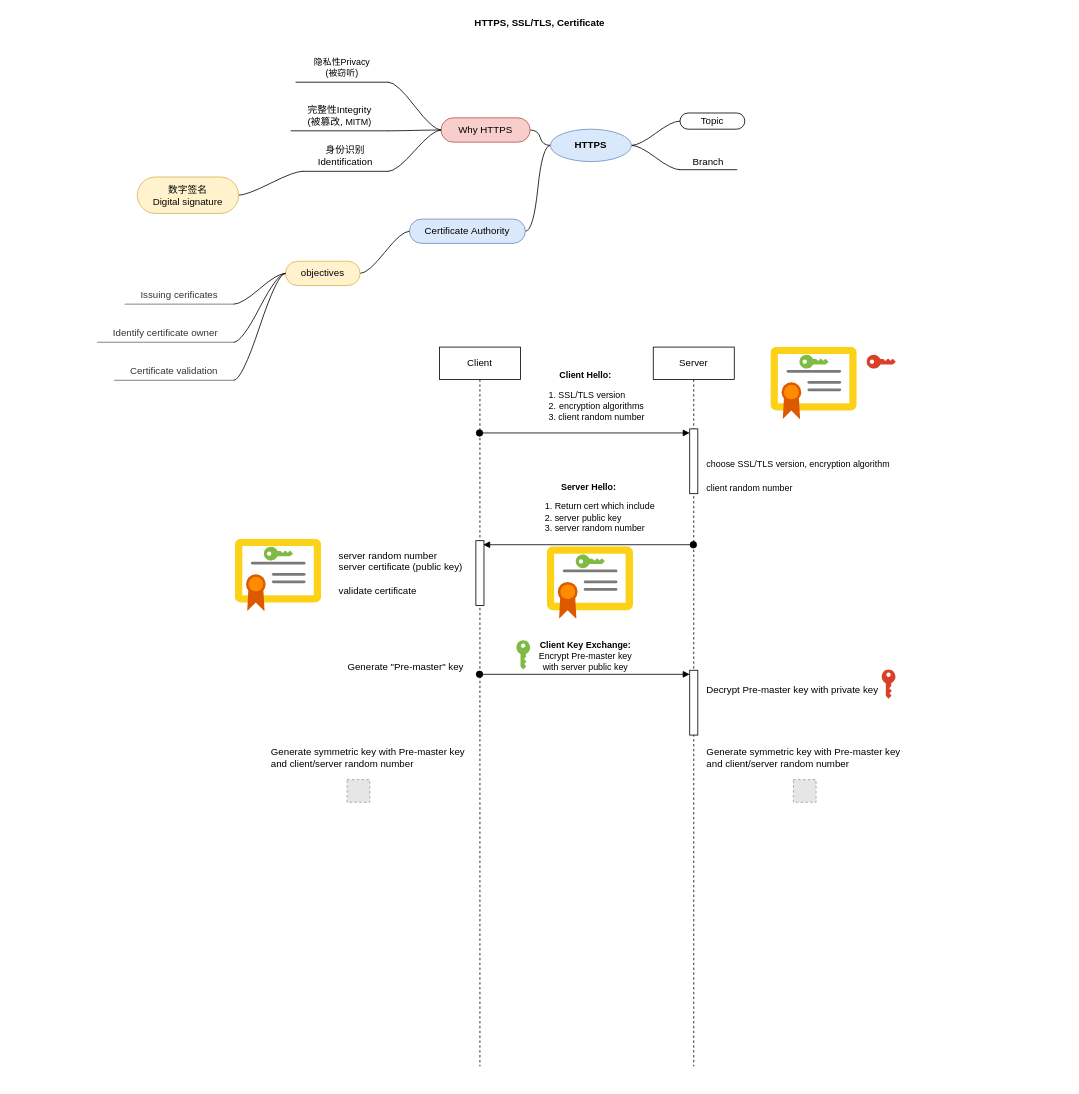
Above: https.drawio in lijunqi/drawio (draw.io), before the change. Source tidied: cells renumbered, new cells numbered last; positions are measured from the earlier drawing's top-left corner, leaving out a move shared by most shapes. Both pictures are drawn from the tidied source at 81%, with x=0, y=0 at pixel (14, 14). Pictures stored in the file or linked from it are replaced by grey dashed boxes.
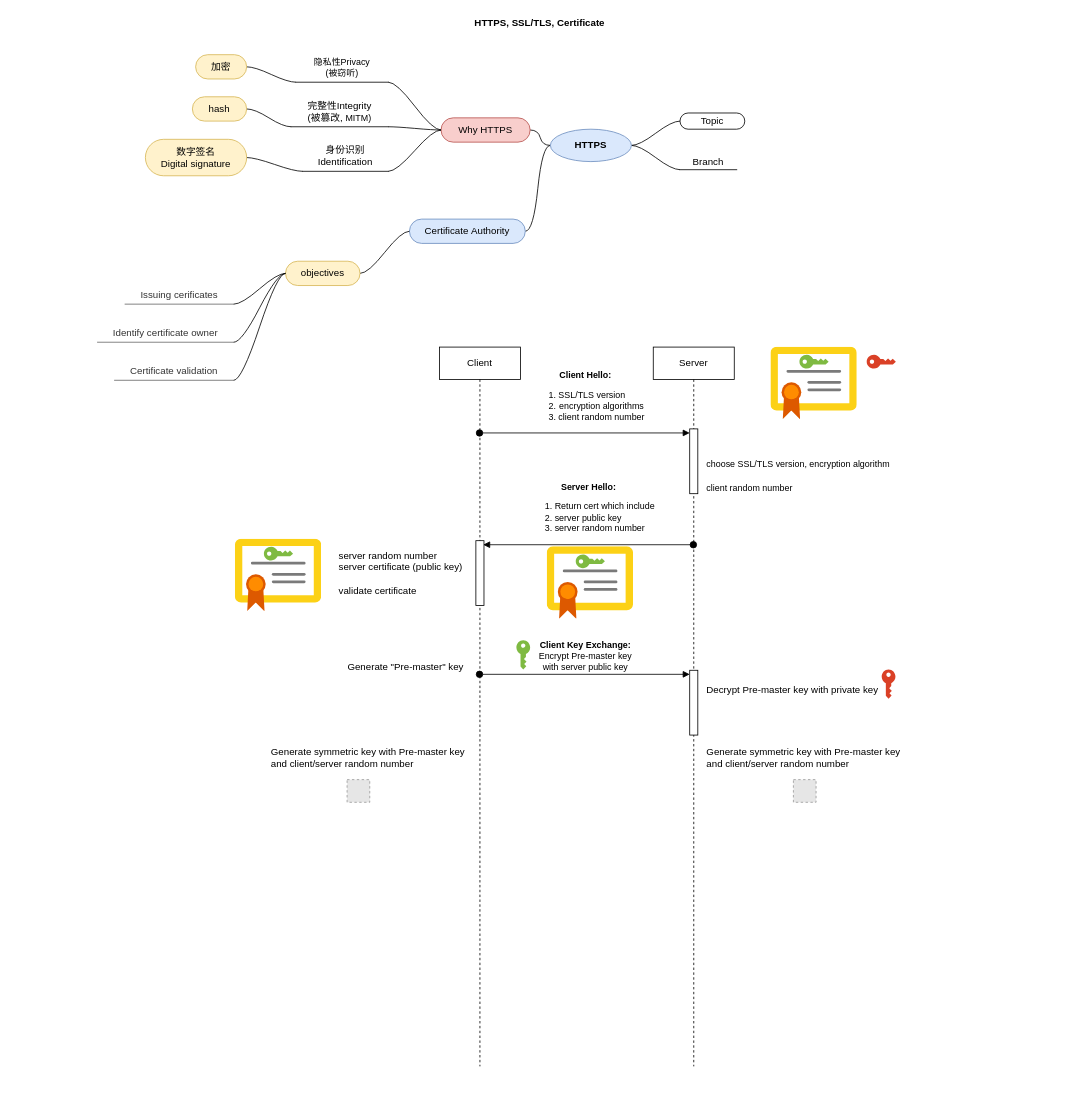
The same diagram, later.

Unchanged cells that the change refers to:
```xml
<mxCell id="2" value="HTTPS, SSL/TLS, Certificate" style="swimlane;startSize=20;horizontal=1;containerType=tree;strokeColor=none;" parent="1" vertex="1">
  <mxGeometry width="1298" height="1316" as="geometry" />
</mxCell>
<mxCell id="15" value="&lt;font style=&quot;font-size: 11px;&quot;&gt;隐私性Privacy&lt;/font&gt;&lt;div style=&quot;font-size: 11px;&quot;&gt;&lt;font style=&quot;font-size: 11px;&quot;&gt;(被窃听)&lt;/font&gt;&lt;/div&gt;" style="whiteSpace=wrap;html=1;rounded=1;arcSize=50;align=center;verticalAlign=bottom;strokeWidth=1;spacing=4;newEdgeStyle={&quot;edgeStyle&quot;:&quot;entityRelationEdgeStyle&quot;,&quot;startArrow&quot;:&quot;none&quot;,&quot;endArrow&quot;:&quot;none&quot;,&quot;segment&quot;:10,&quot;curved&quot;:1,&quot;sourcePerimeterSpacing&quot;:0,&quot;targetPerimeterSpacing&quot;:0};shape=partialRectangle;top=0;left=0;bottom=1;right=0;points=[[0,1],[1,1]];fillColor=none;routingCenterY=0.5;snapToPoint=1;" parent="2" vertex="1">
  <mxGeometry x="348" y="39" width="114" height="45" as="geometry" />
</mxCell>
```

The edit, as a diff of the source:
```diff
@@
     <mxCell id="14" value="完整性Integrity&lt;div style=&quot;font-size: 12px;&quot;&gt;&lt;span style=&quot;font-size: 12px;&quot;&gt;(被篡改,&amp;nbsp;&lt;/span&gt;&lt;span style=&quot;background-color: initial; font-size: 11px;&quot;&gt;MITM)&lt;/span&gt;&lt;/div&gt;" style="whiteSpace=wrap;html=1;rounded=1;arcSize=50;align=center;verticalAlign=bottom;strokeWidth=1;spacing=4;newEdgeStyle={&quot;edgeStyle&quot;:&quot;entityRelationEdgeStyle&quot;,&quot;startArrow&quot;:&quot;none&quot;,&quot;endArrow&quot;:&quot;none&quot;,&quot;segment&quot;:10,&quot;curved&quot;:1,&quot;sourcePerimeterSpacing&quot;:0,&quot;targetPerimeterSpacing&quot;:0};shape=partialRectangle;top=0;left=0;bottom=1;right=0;points=[[0,1],[1,1]];fillColor=none;routingCenterY=0.5;snapToPoint=1;fontSize=12;" parent="2" vertex="1">
-      <mxGeometry x="342" y="99" width="120" height="45" as="geometry" />
+      <mxGeometry x="342" y="94" width="120" height="45" as="geometry" />
     </mxCell>
@@
     <mxCell id="20" value="数字签名&lt;div&gt;Digital signature&lt;/div&gt;" style="whiteSpace=wrap;html=1;rounded=1;arcSize=50;align=center;verticalAlign=middle;strokeWidth=1;spacing=4;newEdgeStyle={&quot;edgeStyle&quot;:&quot;entityRelationEdgeStyle&quot;,&quot;startArrow&quot;:&quot;none&quot;,&quot;endArrow&quot;:&quot;none&quot;,&quot;segment&quot;:10,&quot;curved&quot;:1,&quot;sourcePerimeterSpacing&quot;:0,&quot;targetPerimeterSpacing&quot;:0};shape=label;top=0;left=0;bottom=1;right=0;fillColor=#fff2cc;routingCenterY=0.5;snapToPoint=1;fontSize=12;strokeColor=#d6b656;" parent="2" vertex="1">
-      <mxGeometry x="152" y="201" width="125" height="45" as="geometry" />
+      <mxGeometry x="162" y="154.5" width="125" height="45" as="geometry" />
     </mxCell>
@@
+    <mxCell id="53" style="edgeStyle=entityRelationEdgeStyle;startArrow=none;endArrow=none;segment=10;curved=1;sourcePerimeterSpacing=0;targetPerimeterSpacing=0;rounded=0;entryX=1;entryY=0.5;entryDx=0;entryDy=0;" parent="2" edge="1" source="15" target="54">
+      <mxGeometry relative="1" as="geometry" />
+    </mxCell>
+    <mxCell id="54" value="加密" style="whiteSpace=wrap;html=1;rounded=1;arcSize=50;align=center;verticalAlign=middle;strokeWidth=1;spacing=4;newEdgeStyle={&quot;edgeStyle&quot;:&quot;entityRelationEdgeStyle&quot;,&quot;startArrow&quot;:&quot;none&quot;,&quot;endArrow&quot;:&quot;none&quot;,&quot;segment&quot;:10,&quot;curved&quot;:1,&quot;sourcePerimeterSpacing&quot;:0,&quot;targetPerimeterSpacing&quot;:0};shape=label;top=0;left=0;bottom=1;right=0;fillColor=#fff2cc;routingCenterY=0.5;snapToPoint=1;strokeColor=#d6b656;" parent="2" vertex="1">
+      <mxGeometry x="224" y="50" width="63" height="30" as="geometry" />
+    </mxCell>
+    <mxCell id="55" style="edgeStyle=entityRelationEdgeStyle;startArrow=none;endArrow=none;segment=10;curved=1;sourcePerimeterSpacing=0;targetPerimeterSpacing=0;rounded=0;entryX=1;entryY=0.5;entryDx=0;entryDy=0;" parent="2" edge="1" source="14" target="56">
+      <mxGeometry relative="1" as="geometry" />
+    </mxCell>
+    <mxCell id="56" value="hash" style="whiteSpace=wrap;html=1;rounded=1;arcSize=50;align=center;verticalAlign=middle;strokeWidth=1;spacing=4;newEdgeStyle={&quot;edgeStyle&quot;:&quot;entityRelationEdgeStyle&quot;,&quot;startArrow&quot;:&quot;none&quot;,&quot;endArrow&quot;:&quot;none&quot;,&quot;segment&quot;:10,&quot;curved&quot;:1,&quot;sourcePerimeterSpacing&quot;:0,&quot;targetPerimeterSpacing&quot;:0};shape=label;top=0;left=0;bottom=1;right=0;fillColor=#fff2cc;routingCenterY=0.5;snapToPoint=1;fontSize=12;strokeColor=#d6b656;" parent="2" vertex="1">
+      <mxGeometry x="220" y="102" width="67" height="30" as="geometry" />
+    </mxCell>
```
